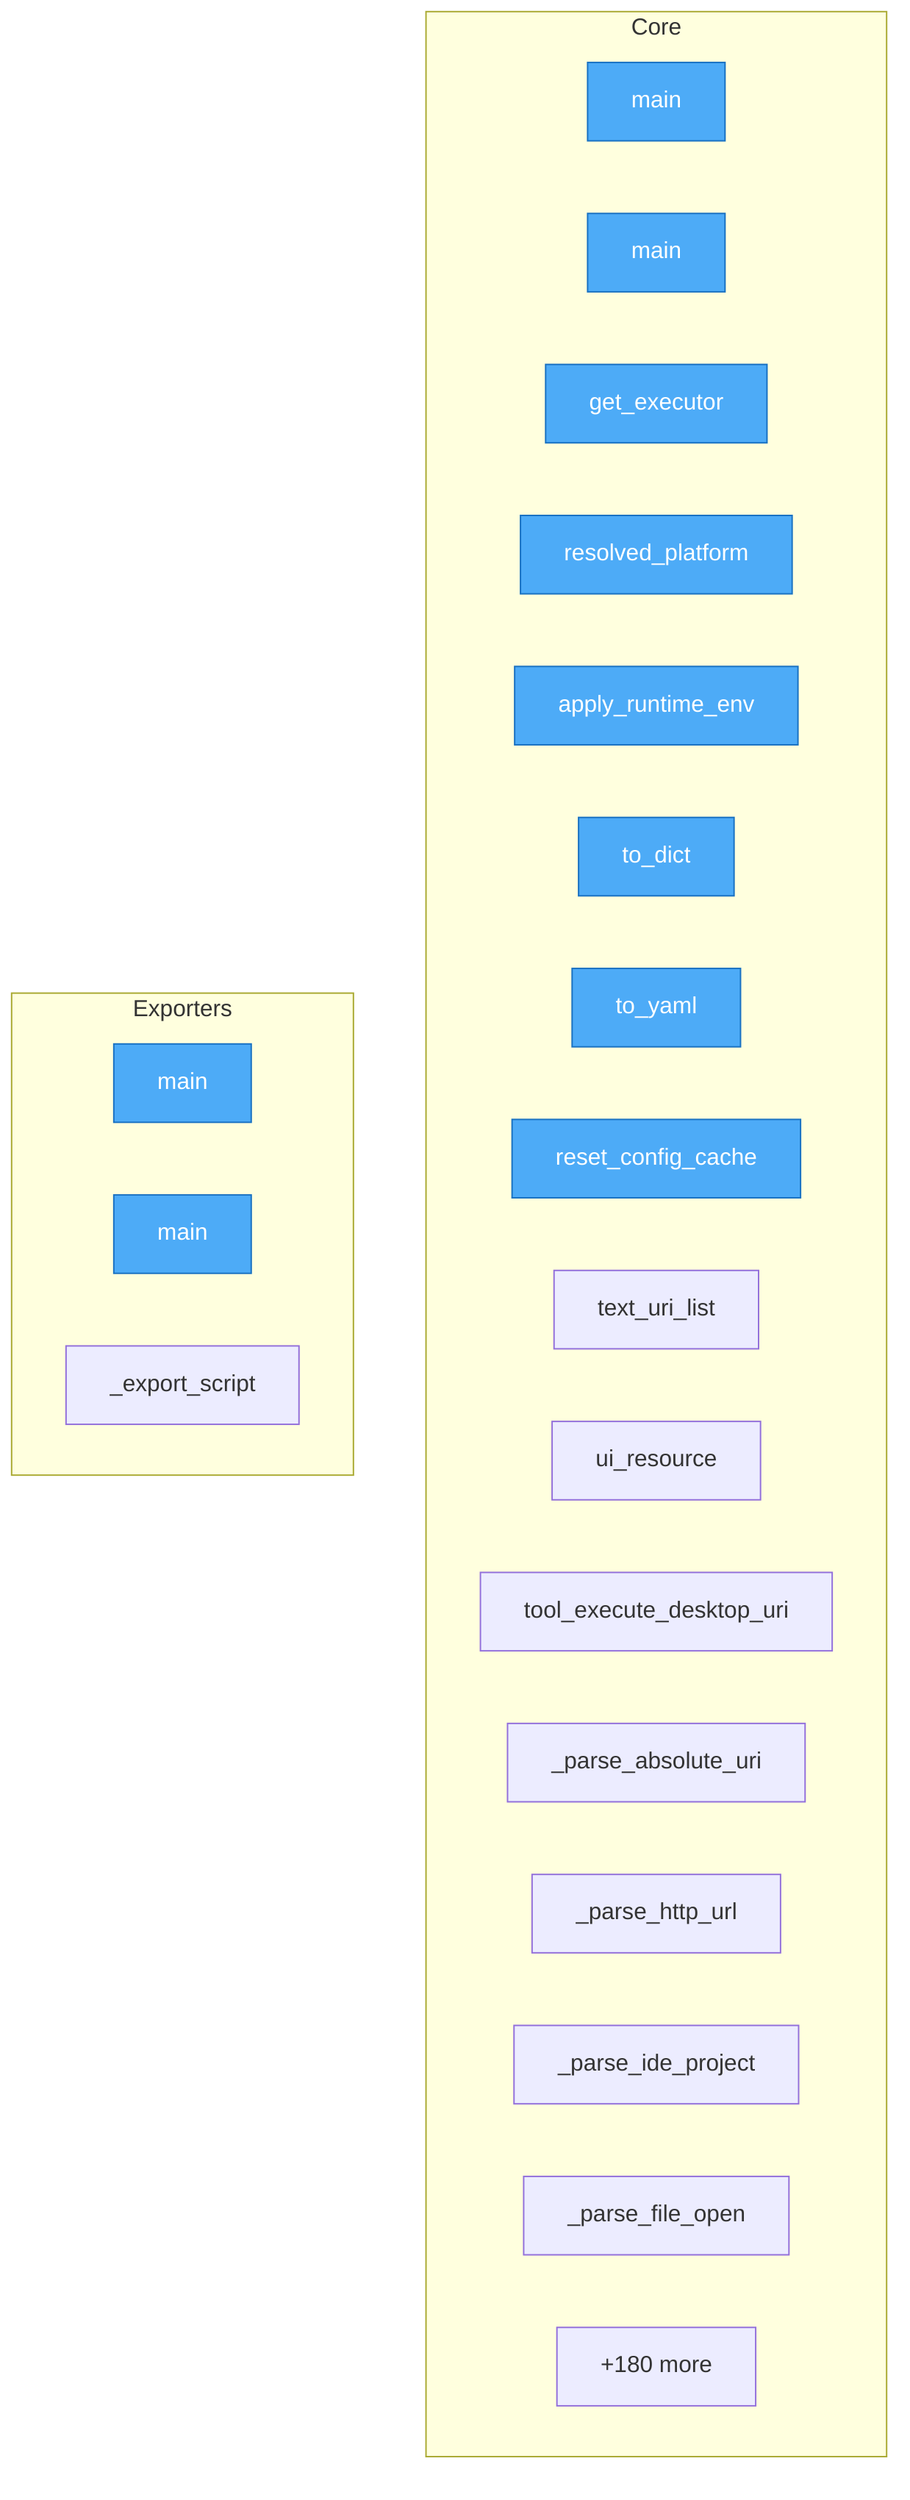
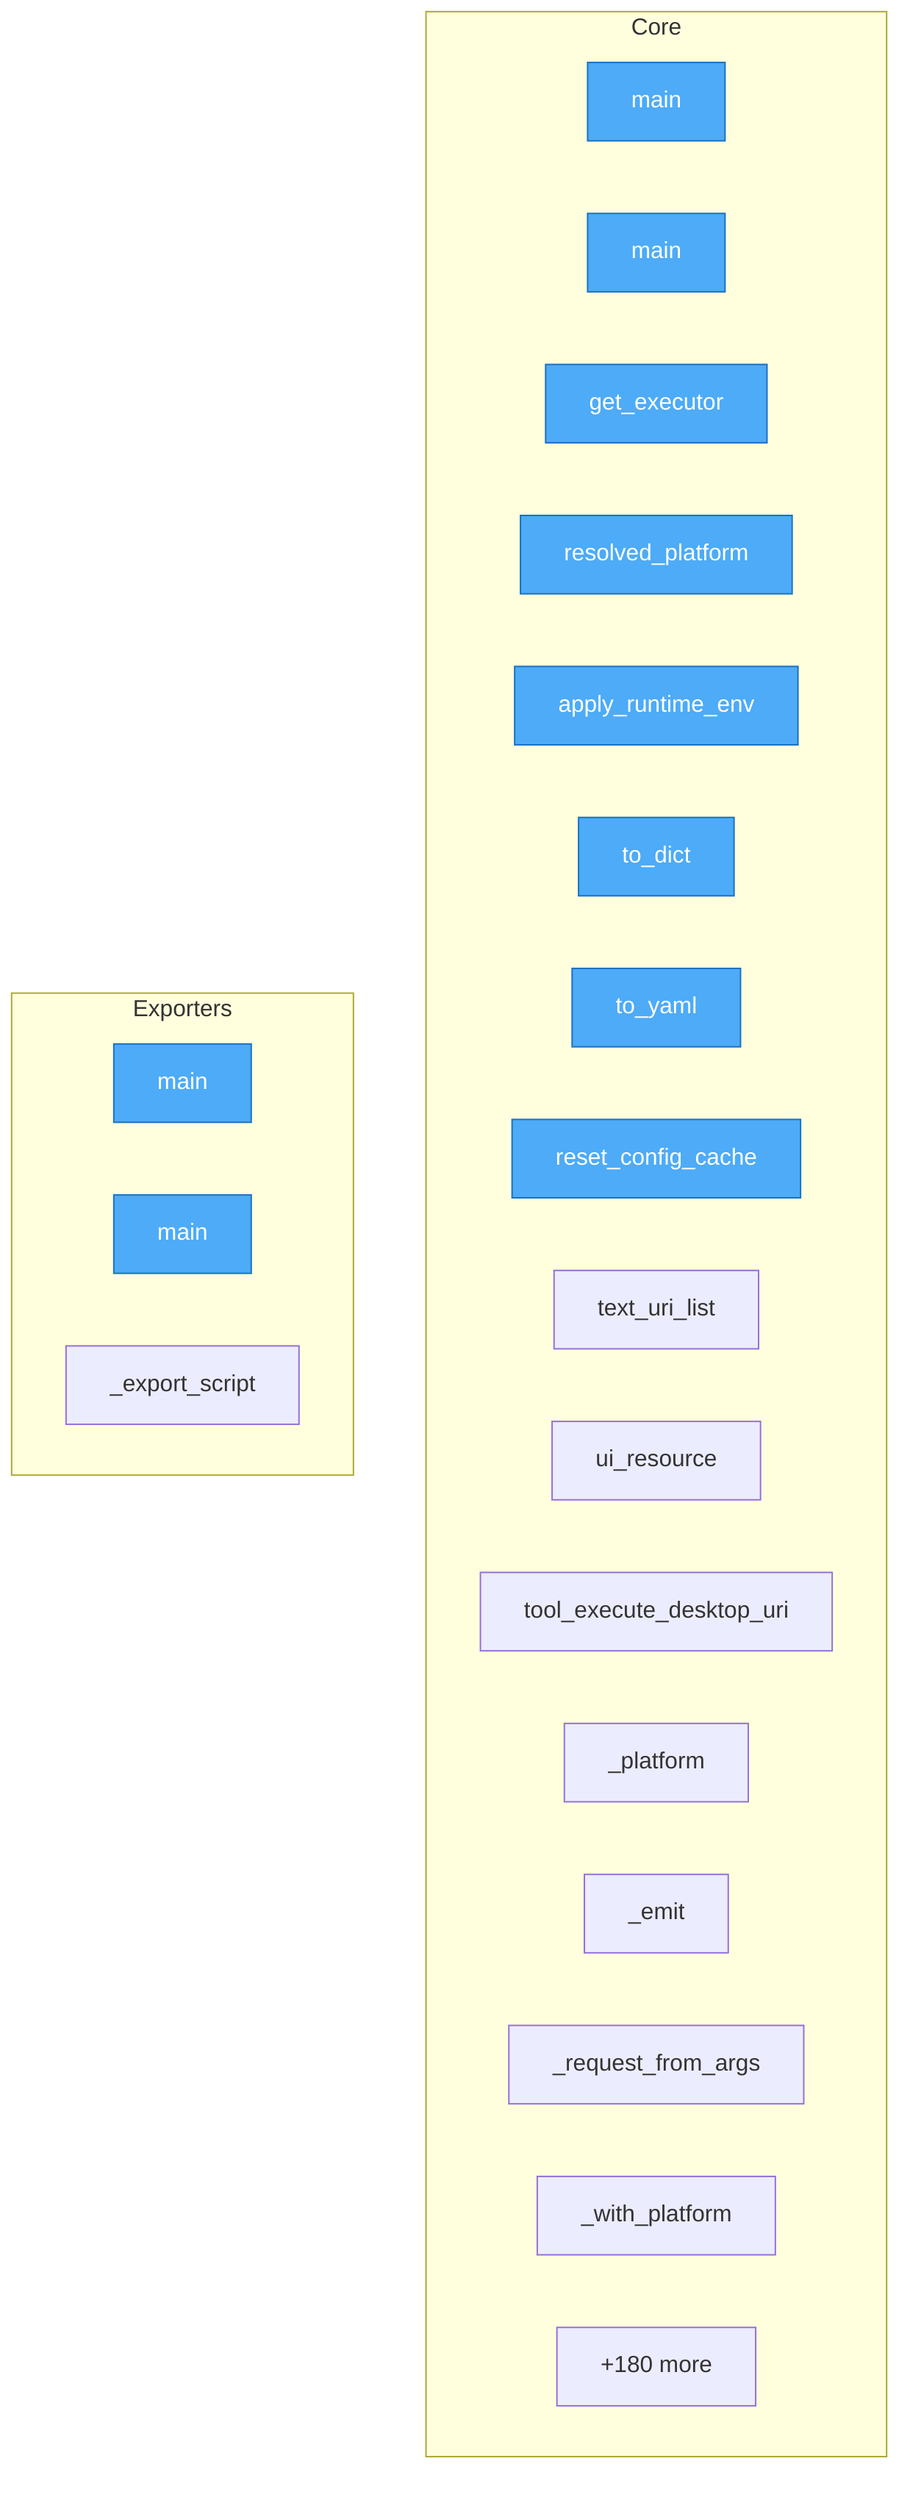
flowchart TD
- %% generated in 0.03s
+ %% generated in 0.02s

    %% Entry points (blue)
    classDef entry fill:#4dabf7,stroke:#1971c2,color:#fff

    subgraph Core
        schemas__codegen__fix_proto_imports__main["main"]
        schemas__codegen__scaffold_scheme__main["main"]
        src__nlp2uri__runtime__get_executor["get_executor"]
        src__nlp2uri__config__NLP2URIConfig__resolved_platform["resolved_platform"]
        src__nlp2uri__config__NLP2URIConfig__apply_runtime_env["apply_runtime_env"]
        src__nlp2uri__config__NLP2URIConfig__to_dict["to_dict"]
        src__nlp2uri__config__NLP2URIConfig__to_yaml["to_yaml"]
        src__nlp2uri__config__reset_config_cache["reset_config_cache"]
        src__nlp2uri__mcp__text_uri_list["text_uri_list"]
        src__nlp2uri__mcp__ui_resource["ui_resource"]
        src__nlp2uri__mcp__tool_execute_desktop_uri["tool_execute_desktop_uri"]
-         src__nlp2uri__parse_nl___parse_absolute_uri["_parse_absolute_uri"]
-         src__nlp2uri__parse_nl___parse_http_url["_parse_http_url"]
-         src__nlp2uri__parse_nl___parse_ide_project["_parse_ide_project"]
-         src__nlp2uri__parse_nl___parse_file_open["_parse_file_open"]
+         src__nlp2uri__cli___platform["_platform"]
+         src__nlp2uri__cli___emit["_emit"]
+         src__nlp2uri__cli___request_from_args["_request_from_args"]
+         src__nlp2uri__cli___with_platform["_with_platform"]
        ...["+180 more"]
    end

    subgraph Exporters
        schemas__codegen__export_mcp_schemas__main["main"]
        schemas__codegen__export_driver_stubs__main["main"]
        src__nlp2uri__adapters__shell__ShellAdapter___export_script["_export_script"]
    end

    class schemas__codegen__fix_proto_imports__main,schemas__codegen__export_mcp_schemas__main,schemas__codegen__export_driver_stubs__main,schemas__codegen__scaffold_scheme__main,src__nlp2uri__runtime__get_executor,src__nlp2uri__config__NLP2URIConfig__resolved_platform,src__nlp2uri__config__NLP2URIConfig__apply_runtime_env,src__nlp2uri__config__NLP2URIConfig__to_dict,src__nlp2uri__config__NLP2URIConfig__to_yaml,src__nlp2uri__config__reset_config_cache entry
